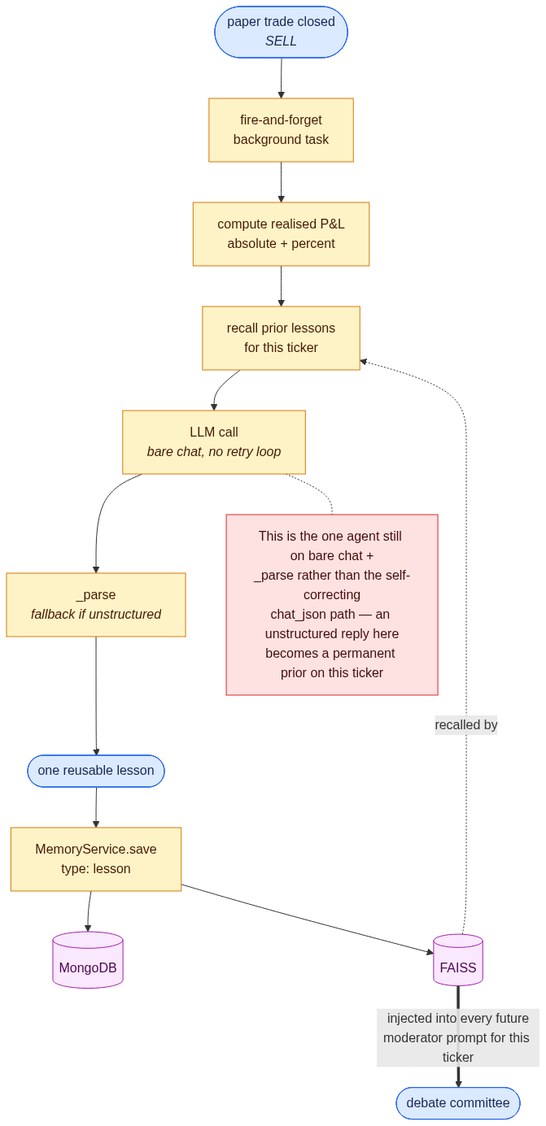
sumit-0804/AlphaForge-AI keeps this Mermaid diagram as docs/agent-reflection.png. Above is the earlier version. Its source is kept beside it as docs/agent-reflection.mmd. Its diagram source:
```mermaid
---
config:
  flowchart:
    curve: basis
---
graph TB

    SELL(["paper trade closed<br/><i>SELL</i>"]) --> BG["fire-and-forget<br/>background task"]
    BG --> PNL["compute realised P&L<br/>absolute + percent"]
    PNL --> PRIOR["recall prior lessons<br/>for this ticker"]
    PRIOR --> CALL["LLM call<br/><i>bare chat, no retry loop</i>"]
    CALL --> PARSE["_parse<br/><i>fallback if unstructured</i>"]
    PARSE --> LESSON(["one reusable lesson"])
    LESSON --> SAVE["MemoryService.save<br/>type: lesson"]
    SAVE --> MONGO[("MongoDB")]
    SAVE --> FAISS[("FAISS")]

    FAISS -.->|"recalled by"| PRIOR
    FAISS ==>|"injected into every future<br/>moderator prompt for this ticker"| DEB(["debate committee"])

    GAP["This is the one agent still on bare chat +<br/>_parse rather than the self-correcting<br/>chat_json path — an unstructured reply here<br/>becomes a permanent prior on this ticker"]
    CALL -.- GAP

    classDef io fill:#dbeafe,stroke:#2563eb,color:#172554
    classDef step fill:#fef3c7,stroke:#d97706,color:#451a03
    classDef store fill:#fae8ff,stroke:#a21caf,color:#4a044e
    classDef warn fill:#fee2e2,stroke:#dc2626,color:#450a0a

    class SELL,LESSON,DEB io
    class BG,PNL,PRIOR,CALL,PARSE,SAVE step
    class MONGO,FAISS store
    class GAP warn
```
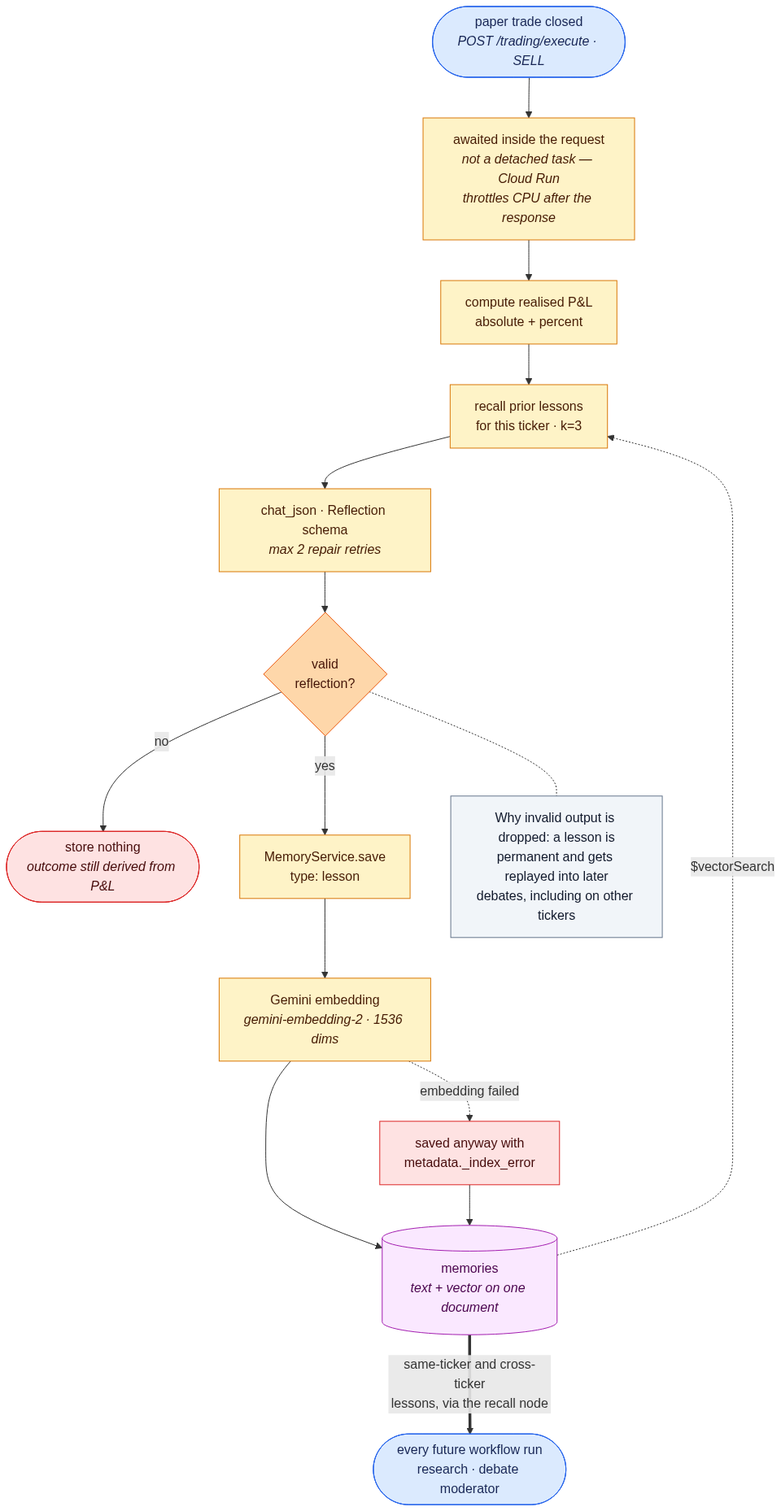
Later version of the same file.

Change to the diagram source:
```diff
@@ -5,28 +5,34 @@
 ---
 graph TB
 
-    SELL(["paper trade closed<br/><i>SELL</i>"]) --> BG["fire-and-forget<br/>background task"]
-    BG --> PNL["compute realised P&L<br/>absolute + percent"]
-    PNL --> PRIOR["recall prior lessons<br/>for this ticker"]
-    PRIOR --> CALL["LLM call<br/><i>bare chat, no retry loop</i>"]
-    CALL --> PARSE["_parse<br/><i>fallback if unstructured</i>"]
-    PARSE --> LESSON(["one reusable lesson"])
-    LESSON --> SAVE["MemoryService.save<br/>type: lesson"]
-    SAVE --> MONGO[("MongoDB")]
-    SAVE --> FAISS[("FAISS")]
+    SELL(["paper trade closed<br/><i>POST /trading/execute · SELL</i>"]) --> AW["awaited inside the request<br/><i>not a detached task — Cloud Run<br/>throttles CPU after the response</i>"]
+    AW --> PNL["compute realised P&L<br/>absolute + percent"]
+    PNL --> PRIOR["recall prior lessons<br/>for this ticker · k=3"]
+    PRIOR --> CALL["chat_json · Reflection schema<br/><i>max 2 repair retries</i>"]
+    CALL --> VAL{"valid<br/>reflection?"}
+    VAL -->|"no"| NONE(["store nothing<br/><i>outcome still derived from P&L</i>"])
+    VAL -->|"yes"| SAVE["MemoryService.save<br/>type: lesson"]
+    SAVE --> EMB["Gemini embedding<br/><i>gemini-embedding-2 · 1536 dims</i>"]
+    EMB --> MEM[("memories<br/><i>text + vector on one document</i>")]
+    EMB -.->|"embedding failed"| ERR["saved anyway with<br/>metadata._index_error"]
+    ERR --> MEM
 
-    FAISS -.->|"recalled by"| PRIOR
-    FAISS ==>|"injected into every future<br/>moderator prompt for this ticker"| DEB(["debate committee"])
+    MEM -.->|"$vectorSearch"| PRIOR
+    MEM ==>|"same-ticker and cross-ticker<br/>lessons, via the recall node"| WF(["every future workflow run<br/>research · debate moderator"])
 
-    GAP["This is the one agent still on bare chat +<br/>_parse rather than the self-correcting<br/>chat_json path — an unstructured reply here<br/>becomes a permanent prior on this ticker"]
-    CALL -.- GAP
+    NOTE["Why invalid output is dropped: a lesson is<br/>permanent and gets replayed into later<br/>debates, including on other tickers"]
+    VAL -.- NOTE
 
     classDef io fill:#dbeafe,stroke:#2563eb,color:#172554
     classDef step fill:#fef3c7,stroke:#d97706,color:#451a03
+    classDef dec fill:#fed7aa,stroke:#ea580c,color:#431407
     classDef store fill:#fae8ff,stroke:#a21caf,color:#4a044e
-    classDef warn fill:#fee2e2,stroke:#dc2626,color:#450a0a
+    classDef bad fill:#fee2e2,stroke:#dc2626,color:#450a0a
+    classDef note fill:#f1f5f9,stroke:#64748b,color:#0f172a
 
-    class SELL,LESSON,DEB io
-    class BG,PNL,PRIOR,CALL,PARSE,SAVE step
-    class MONGO,FAISS store
-    class GAP warn
+    class SELL,WF io
+    class AW,PNL,PRIOR,CALL,SAVE,EMB step
+    class VAL dec
+    class MEM store
+    class NONE,ERR bad
+    class NOTE note
```
